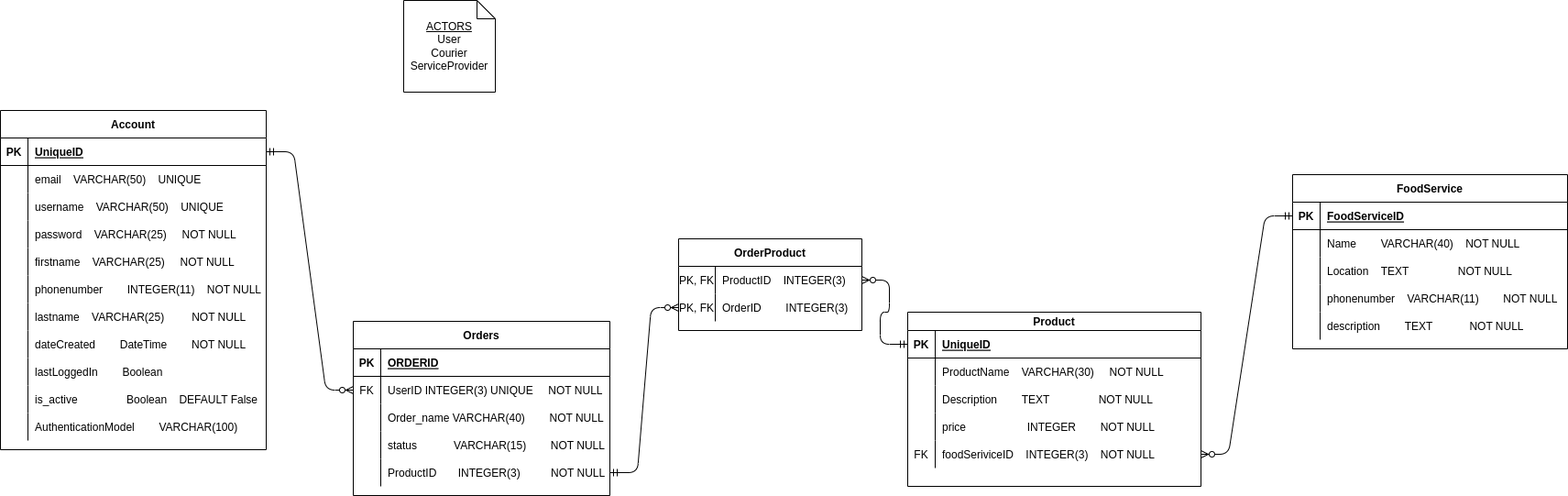
Toluhunter/Errand-Boy keeps this draw.io diagram as UML/er.drawio.png. Above is the earlier version. Source tidied: cells renumbered, new cells last; positions are measured from the earlier drawing's top-left corner, leaving out a move shared by most shapes.
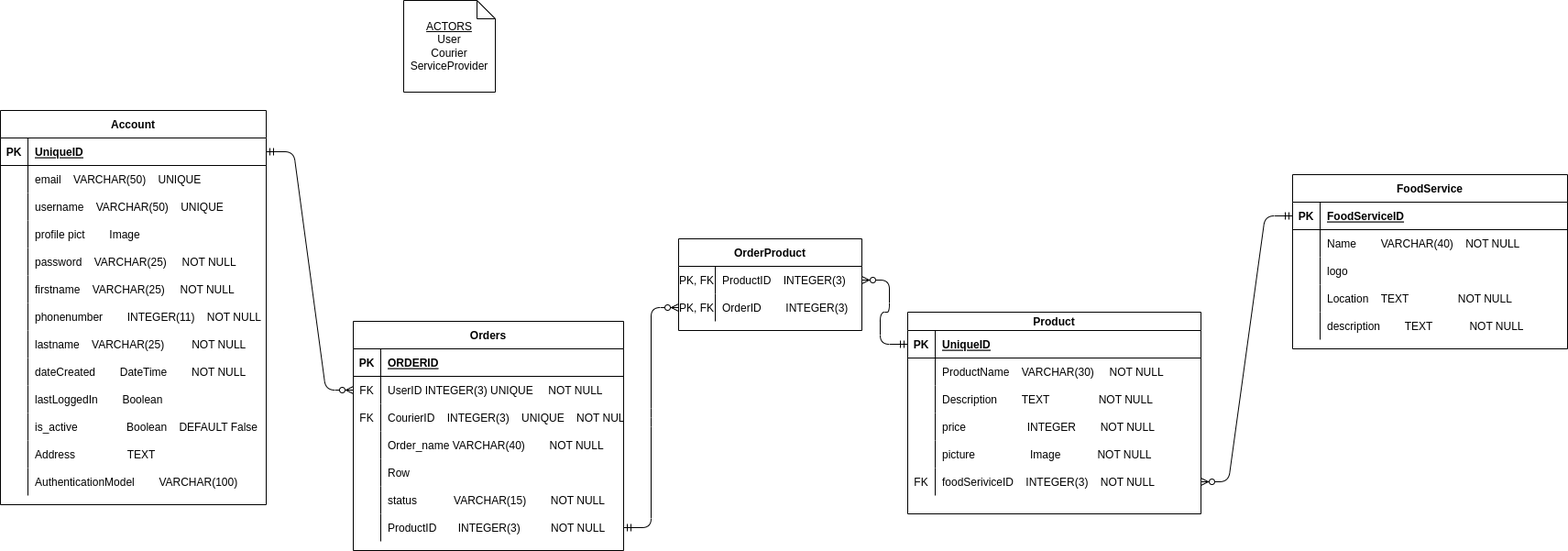
Above is the later version.

Diff of the diagram source:
```diff
@@ -3,7 +3,7 @@
     <mxCell id="0" />
     <mxCell id="1" parent="0" />
     <mxCell id="2" value="Account" style="shape=table;startSize=30;rowLines=0;fontStyle=1;align=center;" parent="1" vertex="1">
-      <mxGeometry y="120" width="290" height="370" as="geometry" />
+      <mxGeometry y="120" width="290" height="430" as="geometry" />
     </mxCell>
     <mxCell id="3" style="shape=partialRectangle;fillColor=none;top=0;left=0;bottom=1;right=0;points=[[0,0.5],[1,0.5]];portConstraint=eastwest;" parent="2" vertex="1">
       <mxGeometry y="30" width="290" height="30" as="geometry" />
@@ -32,8 +32,17 @@
     <mxCell id="11" value="username    VARCHAR(50)    UNIQUE" style="shape=partialRectangle;fillColor=none;top=0;left=0;bottom=0;right=0;align=left;spacingLeft=6;overflow=hidden;" parent="9" vertex="1">
       <mxGeometry x="30" width="260" height="30" as="geometry" />
     </mxCell>
+    <mxCell id="96" style="shape=partialRectangle;fillColor=none;top=0;left=0;bottom=0;right=0;" parent="2" vertex="1">
+      <mxGeometry y="120" width="290" height="30" as="geometry" />
+    </mxCell>
+    <mxCell id="97" style="shape=partialRectangle;fillColor=none;top=0;left=0;bottom=0;right=0;overflow=hidden;" parent="96" vertex="1">
+      <mxGeometry width="30" height="30" as="geometry" />
+    </mxCell>
+    <mxCell id="98" value="profile pict        Image " style="shape=partialRectangle;fillColor=none;top=0;left=0;bottom=0;right=0;align=left;spacingLeft=6;overflow=hidden;" parent="96" vertex="1">
+      <mxGeometry x="30" width="260" height="30" as="geometry" />
+    </mxCell>
     <mxCell id="12" style="shape=partialRectangle;fillColor=none;top=0;left=0;bottom=0;right=0;" parent="2" vertex="1">
-      <mxGeometry y="120" width="290" height="30" as="geometry" />
+      <mxGeometry y="150" width="290" height="30" as="geometry" />
     </mxCell>
     <mxCell id="13" style="shape=partialRectangle;fillColor=none;top=0;left=0;bottom=0;right=0;overflow=hidden;" parent="12" vertex="1">
       <mxGeometry width="30" height="30" as="geometry" />
@@ -42,7 +51,7 @@
       <mxGeometry x="30" width="260" height="30" as="geometry" />
     </mxCell>
     <mxCell id="15" style="shape=partialRectangle;fillColor=none;top=0;left=0;bottom=0;right=0;" parent="2" vertex="1">
-      <mxGeometry y="150" width="290" height="30" as="geometry" />
+      <mxGeometry y="180" width="290" height="30" as="geometry" />
     </mxCell>
     <mxCell id="16" style="shape=partialRectangle;fillColor=none;top=0;left=0;bottom=0;right=0;overflow=hidden;" parent="15" vertex="1">
       <mxGeometry width="30" height="30" as="geometry" />
@@ -51,7 +60,7 @@
       <mxGeometry x="30" width="260" height="30" as="geometry" />
     </mxCell>
     <mxCell id="18" style="shape=partialRectangle;fillColor=none;top=0;left=0;bottom=0;right=0;" parent="2" vertex="1">
-      <mxGeometry y="180" width="290" height="30" as="geometry" />
+      <mxGeometry y="210" width="290" height="30" as="geometry" />
     </mxCell>
     <mxCell id="19" style="shape=partialRectangle;fillColor=none;top=0;left=0;bottom=0;right=0;overflow=hidden;" parent="18" vertex="1">
       <mxGeometry width="30" height="30" as="geometry" />
@@ -60,7 +69,7 @@
       <mxGeometry x="30" width="260" height="30" as="geometry" />
     </mxCell>
     <mxCell id="21" style="shape=partialRectangle;fillColor=none;top=0;left=0;bottom=0;right=0;" parent="2" vertex="1">
-      <mxGeometry y="210" width="290" height="30" as="geometry" />
+      <mxGeometry y="240" width="290" height="30" as="geometry" />
     </mxCell>
     <mxCell id="22" style="shape=partialRectangle;fillColor=none;top=0;left=0;bottom=0;right=0;overflow=hidden;" parent="21" vertex="1">
       <mxGeometry width="30" height="30" as="geometry" />
@@ -69,7 +78,7 @@
       <mxGeometry x="30" width="260" height="30" as="geometry" />
     </mxCell>
     <mxCell id="24" style="shape=partialRectangle;fillColor=none;top=0;left=0;bottom=0;right=0;" parent="2" vertex="1">
-      <mxGeometry y="240" width="290" height="30" as="geometry" />
+      <mxGeometry y="270" width="290" height="30" as="geometry" />
     </mxCell>
     <mxCell id="25" style="shape=partialRectangle;fillColor=none;top=0;left=0;bottom=0;right=0;overflow=hidden;" parent="24" vertex="1">
       <mxGeometry width="30" height="30" as="geometry" />
@@ -78,7 +87,7 @@
       <mxGeometry x="30" width="260" height="30" as="geometry" />
     </mxCell>
     <mxCell id="27" style="shape=partialRectangle;fillColor=none;top=0;left=0;bottom=0;right=0;" parent="2" vertex="1">
-      <mxGeometry y="270" width="290" height="30" as="geometry" />
+      <mxGeometry y="300" width="290" height="30" as="geometry" />
     </mxCell>
     <mxCell id="28" style="shape=partialRectangle;fillColor=none;top=0;left=0;bottom=0;right=0;overflow=hidden;" parent="27" vertex="1">
       <mxGeometry width="30" height="30" as="geometry" />
@@ -87,7 +96,7 @@
       <mxGeometry x="30" width="260" height="30" as="geometry" />
     </mxCell>
     <mxCell id="30" style="shape=partialRectangle;fillColor=none;top=0;left=0;bottom=0;right=0;" parent="2" vertex="1">
-      <mxGeometry y="300" width="290" height="30" as="geometry" />
+      <mxGeometry y="330" width="290" height="30" as="geometry" />
     </mxCell>
     <mxCell id="31" style="shape=partialRectangle;fillColor=none;top=0;left=0;bottom=0;right=0;overflow=hidden;" parent="30" vertex="1">
       <mxGeometry width="30" height="30" as="geometry" />
@@ -95,8 +104,17 @@
     <mxCell id="32" value="is_active                Boolean    DEFAULT False" style="shape=partialRectangle;fillColor=none;top=0;left=0;bottom=0;right=0;align=left;spacingLeft=6;overflow=hidden;" parent="30" vertex="1">
       <mxGeometry x="30" width="260" height="30" as="geometry" />
     </mxCell>
+    <mxCell id="99" style="shape=partialRectangle;fillColor=none;top=0;left=0;bottom=0;right=0;" parent="2" vertex="1">
+      <mxGeometry y="360" width="290" height="30" as="geometry" />
+    </mxCell>
+    <mxCell id="100" style="shape=partialRectangle;fillColor=none;top=0;left=0;bottom=0;right=0;overflow=hidden;" parent="99" vertex="1">
+      <mxGeometry width="30" height="30" as="geometry" />
+    </mxCell>
+    <mxCell id="101" value="Address                 TEXT" style="shape=partialRectangle;fillColor=none;top=0;left=0;bottom=0;right=0;align=left;spacingLeft=6;overflow=hidden;" parent="99" vertex="1">
+      <mxGeometry x="30" width="260" height="30" as="geometry" />
+    </mxCell>
     <mxCell id="33" style="shape=partialRectangle;fillColor=none;top=0;left=0;bottom=0;right=0;" parent="2" vertex="1">
-      <mxGeometry y="330" width="290" height="30" as="geometry" />
+      <mxGeometry y="390" width="290" height="30" as="geometry" />
     </mxCell>
     <mxCell id="34" style="shape=partialRectangle;fillColor=none;top=0;left=0;bottom=0;right=0;overflow=hidden;" parent="33" vertex="1">
       <mxGeometry width="30" height="30" as="geometry" />
@@ -105,52 +123,70 @@
       <mxGeometry x="30" width="260" height="30" as="geometry" />
     </mxCell>
     <mxCell id="36" value="Orders" style="shape=table;startSize=30;rowLines=0;fontStyle=1;align=center;" parent="1" vertex="1">
-      <mxGeometry x="385" y="350" width="280" height="190" as="geometry" />
+      <mxGeometry x="385" y="350" width="295" height="250" as="geometry" />
     </mxCell>
     <mxCell id="37" style="shape=partialRectangle;fillColor=none;top=0;left=0;bottom=1;right=0;" parent="36" vertex="1">
-      <mxGeometry y="30" width="280" height="30" as="geometry" />
+      <mxGeometry y="30" width="295" height="30" as="geometry" />
     </mxCell>
     <mxCell id="38" value="PK" style="shape=partialRectangle;fillColor=none;top=0;left=0;bottom=0;right=0;fontStyle=1;overflow=hidden;" parent="37" vertex="1">
       <mxGeometry width="30" height="30" as="geometry" />
     </mxCell>
     <mxCell id="39" value="ORDERID" style="shape=partialRectangle;fillColor=none;top=0;left=0;bottom=0;right=0;align=left;spacingLeft=6;fontStyle=5;overflow=hidden;" parent="37" vertex="1">
-      <mxGeometry x="30" width="250" height="30" as="geometry" />
+      <mxGeometry x="30" width="265" height="30" as="geometry" />
     </mxCell>
     <mxCell id="40" style="shape=partialRectangle;fillColor=none;top=0;left=0;bottom=0;right=0;points=[[0,0.5],[1,0.5]];portConstraint=eastwest;" parent="36" vertex="1">
-      <mxGeometry y="60" width="280" height="30" as="geometry" />
+      <mxGeometry y="60" width="295" height="30" as="geometry" />
     </mxCell>
     <mxCell id="41" value="FK" style="shape=partialRectangle;fillColor=none;top=0;left=0;bottom=0;right=0;overflow=hidden;" parent="40" vertex="1">
       <mxGeometry width="30" height="30" as="geometry" />
     </mxCell>
     <mxCell id="42" value="UserID INTEGER(3) UNIQUE     NOT NULL" style="shape=partialRectangle;fillColor=none;top=0;left=0;bottom=0;right=0;align=left;spacingLeft=6;overflow=hidden;" parent="40" vertex="1">
-      <mxGeometry x="30" width="250" height="30" as="geometry" />
+      <mxGeometry x="30" width="265" height="30" as="geometry" />
     </mxCell>
+    <mxCell id="102" style="shape=partialRectangle;fillColor=none;top=0;left=0;bottom=0;right=0;" parent="36" vertex="1">
+      <mxGeometry y="90" width="295" height="30" as="geometry" />
+    </mxCell>
+    <mxCell id="103" value="FK" style="shape=partialRectangle;fillColor=none;top=0;left=0;bottom=0;right=0;fontStyle=0;overflow=hidden;" parent="102" vertex="1">
+      <mxGeometry width="30" height="30" as="geometry" />
+    </mxCell>
+    <mxCell id="104" value="CourierID    INTEGER(3)    UNIQUE    NOT NULL" style="shape=partialRectangle;fillColor=none;top=0;left=0;bottom=0;right=0;align=left;spacingLeft=6;fontStyle=0;overflow=hidden;" parent="102" vertex="1">
+      <mxGeometry x="30" width="265" height="30" as="geometry" />
+    </mxCell>
     <mxCell id="43" style="shape=partialRectangle;fillColor=none;top=0;left=0;bottom=0;right=0;" parent="36" vertex="1">
-      <mxGeometry y="90" width="280" height="30" as="geometry" />
+      <mxGeometry y="120" width="295" height="30" as="geometry" />
     </mxCell>
     <mxCell id="44" style="shape=partialRectangle;fillColor=none;top=0;left=0;bottom=0;right=0;overflow=hidden;" parent="43" vertex="1">
       <mxGeometry width="30" height="30" as="geometry" />
     </mxCell>
     <mxCell id="45" value="Order_name VARCHAR(40)        NOT NULL" style="shape=partialRectangle;fillColor=none;top=0;left=0;bottom=0;right=0;align=left;spacingLeft=6;overflow=hidden;" parent="43" vertex="1">
-      <mxGeometry x="30" width="250" height="30" as="geometry" />
+      <mxGeometry x="30" width="265" height="30" as="geometry" />
     </mxCell>
+    <mxCell id="105" style="shape=partialRectangle;fillColor=none;top=0;left=0;bottom=0;right=0;" parent="36" vertex="1">
+      <mxGeometry y="150" width="295" height="30" as="geometry" />
+    </mxCell>
+    <mxCell id="106" style="shape=partialRectangle;fillColor=none;top=0;left=0;bottom=0;right=0;overflow=hidden;" parent="105" vertex="1">
+      <mxGeometry width="30" height="30" as="geometry" />
+    </mxCell>
+    <mxCell id="107" value="Row" style="shape=partialRectangle;fillColor=none;top=0;left=0;bottom=0;right=0;align=left;spacingLeft=6;overflow=hidden;" parent="105" vertex="1">
+      <mxGeometry x="30" width="265" height="30" as="geometry" />
+    </mxCell>
     <mxCell id="46" style="shape=partialRectangle;fillColor=none;top=0;left=0;bottom=0;right=0;" parent="36" vertex="1">
-      <mxGeometry y="120" width="280" height="30" as="geometry" />
+      <mxGeometry y="180" width="295" height="30" as="geometry" />
     </mxCell>
     <mxCell id="47" style="shape=partialRectangle;fillColor=none;top=0;left=0;bottom=0;right=0;overflow=hidden;" parent="46" vertex="1">
       <mxGeometry width="30" height="30" as="geometry" />
     </mxCell>
     <mxCell id="48" value="status            VARCHAR(15)        NOT NULL" style="shape=partialRectangle;fillColor=none;top=0;left=0;bottom=0;right=0;align=left;spacingLeft=6;overflow=hidden;" parent="46" vertex="1">
-      <mxGeometry x="30" width="250" height="30" as="geometry" />
+      <mxGeometry x="30" width="265" height="30" as="geometry" />
     </mxCell>
     <mxCell id="49" style="shape=partialRectangle;fillColor=none;top=0;left=0;bottom=0;right=0;points=[[0,0.5],[1,0.5]];portConstraint=eastwest;" parent="36" vertex="1">
-      <mxGeometry y="150" width="280" height="30" as="geometry" />
+      <mxGeometry y="210" width="295" height="30" as="geometry" />
     </mxCell>
     <mxCell id="50" style="shape=partialRectangle;fillColor=none;top=0;left=0;bottom=0;right=0;overflow=hidden;" parent="49" vertex="1">
       <mxGeometry width="30" height="30" as="geometry" />
     </mxCell>
     <mxCell id="51" value="ProductID       INTEGER(3)          NOT NULL" style="shape=partialRectangle;fillColor=none;top=0;left=0;bottom=0;right=0;align=left;spacingLeft=6;overflow=hidden;" parent="49" vertex="1">
-      <mxGeometry x="30" width="250" height="30" as="geometry" />
+      <mxGeometry x="30" width="265" height="30" as="geometry" />
     </mxCell>
     <mxCell id="52" style="edgeStyle=entityRelationEdgeStyle;fontSize=12;html=1;endArrow=ERzeroToMany;startArrow=ERmandOne;exitX=1;exitY=0.5;exitDx=0;exitDy=0;entryX=0;entryY=0.5;entryDx=0;entryDy=0;" parent="1" edge="1" source="3" target="40">
       <mxGeometry relative="1" as="geometry" />
@@ -176,8 +212,17 @@
     <mxCell id="59" value="Name        VARCHAR(40)    NOT NULL" style="shape=partialRectangle;fillColor=none;top=0;left=0;bottom=0;right=0;align=left;spacingLeft=6;overflow=hidden;" parent="57" vertex="1">
       <mxGeometry x="30" width="270" height="30" as="geometry" />
     </mxCell>
+    <mxCell id="108" style="shape=partialRectangle;fillColor=none;top=0;left=0;bottom=0;right=0;" parent="53" vertex="1">
+      <mxGeometry y="90" width="300" height="30" as="geometry" />
+    </mxCell>
+    <mxCell id="109" style="shape=partialRectangle;fillColor=none;top=0;left=0;bottom=0;right=0;overflow=hidden;" parent="108" vertex="1">
+      <mxGeometry width="30" height="30" as="geometry" />
+    </mxCell>
+    <mxCell id="110" value="logo" style="shape=partialRectangle;fillColor=none;top=0;left=0;bottom=0;right=0;align=left;spacingLeft=6;overflow=hidden;" parent="108" vertex="1">
+      <mxGeometry x="30" width="270" height="30" as="geometry" />
+    </mxCell>
     <mxCell id="60" style="shape=partialRectangle;fillColor=none;top=0;left=0;bottom=0;right=0;" parent="53" vertex="1">
-      <mxGeometry y="90" width="300" height="30" as="geometry" />
+      <mxGeometry y="120" width="300" height="30" as="geometry" />
     </mxCell>
     <mxCell id="61" style="shape=partialRectangle;fillColor=none;top=0;left=0;bottom=0;right=0;overflow=hidden;" parent="60" vertex="1">
       <mxGeometry width="30" height="30" as="geometry" />
@@ -185,15 +230,6 @@
     <mxCell id="62" value="Location    TEXT                NOT NULL" style="shape=partialRectangle;fillColor=none;top=0;left=0;bottom=0;right=0;align=left;spacingLeft=6;overflow=hidden;" parent="60" vertex="1">
       <mxGeometry x="30" width="270" height="30" as="geometry" />
     </mxCell>
-    <mxCell id="63" style="shape=partialRectangle;fillColor=none;top=0;left=0;bottom=0;right=0;" parent="53" vertex="1">
-      <mxGeometry y="120" width="300" height="30" as="geometry" />
-    </mxCell>
-    <mxCell id="64" style="shape=partialRectangle;fillColor=none;top=0;left=0;bottom=0;right=0;overflow=hidden;" parent="63" vertex="1">
-      <mxGeometry width="30" height="30" as="geometry" />
-    </mxCell>
-    <mxCell id="65" value="phonenumber    VARCHAR(11)        NOT NULL" style="shape=partialRectangle;fillColor=none;top=0;left=0;bottom=0;right=0;align=left;spacingLeft=6;overflow=hidden;" parent="63" vertex="1">
-      <mxGeometry x="30" width="270" height="30" as="geometry" />
-    </mxCell>
     <mxCell id="66" style="shape=partialRectangle;fillColor=none;top=0;left=0;bottom=0;right=0;" parent="53" vertex="1">
       <mxGeometry y="150" width="300" height="30" as="geometry" />
     </mxCell>
@@ -204,7 +240,7 @@
       <mxGeometry x="30" width="270" height="30" as="geometry" />
     </mxCell>
     <mxCell id="69" value="Product" style="shape=table;startSize=20;rowLines=0;fontStyle=1;align=center;" parent="1" vertex="1">
-      <mxGeometry x="990" y="340" width="320" height="190" as="geometry" />
+      <mxGeometry x="990" y="340" width="320" height="220" as="geometry" />
     </mxCell>
     <mxCell id="70" style="shape=partialRectangle;fillColor=none;top=0;left=0;bottom=1;right=0;points=[[0,0.5],[1,0.5]];portConstraint=eastwest;" parent="69" vertex="1">
       <mxGeometry y="20" width="320" height="30" as="geometry" />
@@ -242,8 +278,17 @@
     <mxCell id="81" value="price                    INTEGER        NOT NULL" style="shape=partialRectangle;fillColor=none;top=0;left=0;bottom=0;right=0;align=left;spacingLeft=6;overflow=hidden;" parent="79" vertex="1">
       <mxGeometry x="30" width="290" height="30" as="geometry" />
     </mxCell>
+    <mxCell id="111" style="shape=partialRectangle;fillColor=none;top=0;left=0;bottom=0;right=0;" parent="69" vertex="1">
+      <mxGeometry y="140" width="320" height="30" as="geometry" />
+    </mxCell>
+    <mxCell id="112" style="shape=partialRectangle;fillColor=none;top=0;left=0;bottom=0;right=0;overflow=hidden;" parent="111" vertex="1">
+      <mxGeometry width="30" height="30" as="geometry" />
+    </mxCell>
+    <mxCell id="113" value="picture                  Image            NOT NULL" style="shape=partialRectangle;fillColor=none;top=0;left=0;bottom=0;right=0;align=left;spacingLeft=6;overflow=hidden;" parent="111" vertex="1">
+      <mxGeometry x="30" width="290" height="30" as="geometry" />
+    </mxCell>
     <mxCell id="82" style="shape=partialRectangle;fillColor=none;top=0;left=0;bottom=0;right=0;points=[[0,0.5],[1,0.5]];portConstraint=eastwest;" parent="69" vertex="1">
-      <mxGeometry y="140" width="320" height="30" as="geometry" />
+      <mxGeometry y="170" width="320" height="30" as="geometry" />
     </mxCell>
     <mxCell id="83" value="FK" style="shape=partialRectangle;fillColor=none;top=0;left=0;bottom=0;right=0;overflow=hidden;" parent="82" vertex="1">
       <mxGeometry width="30" height="30" as="geometry" />
```
